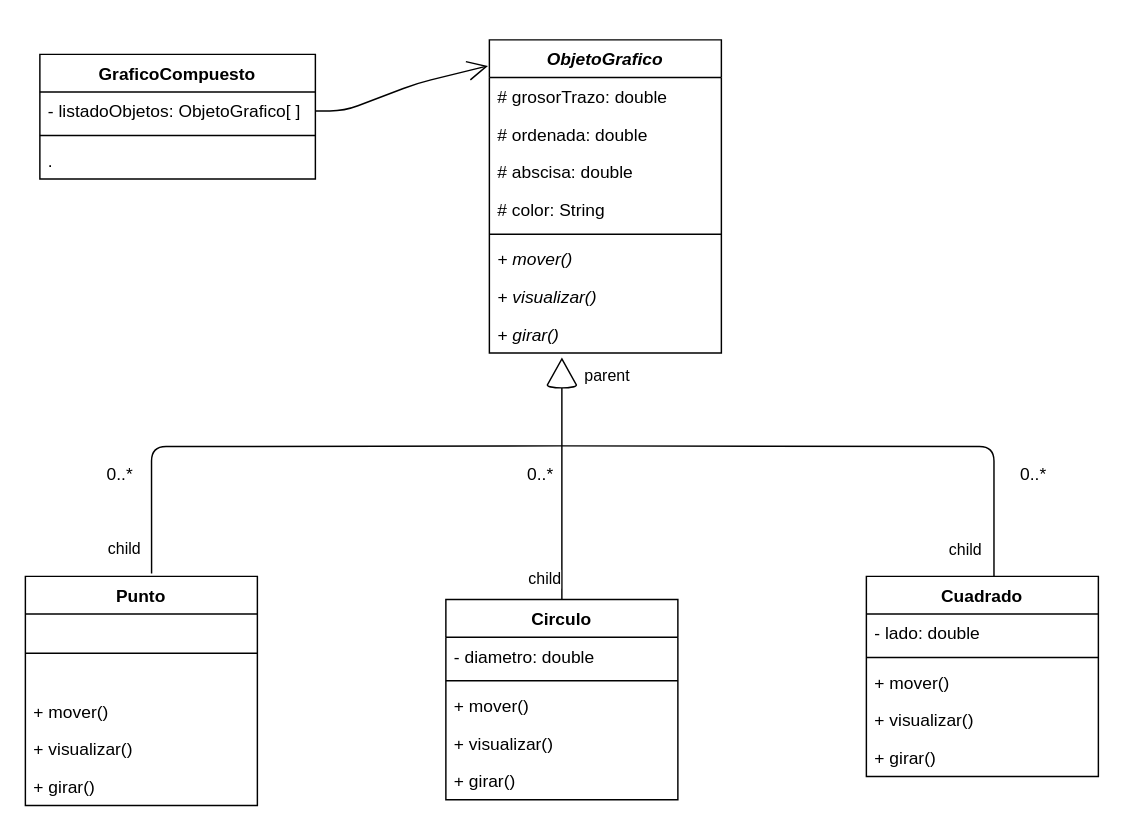
Above: uml/ObjetoGrafico.drawio in javierpb275/lenguaje-marcas (draw.io), before the change. Source tidied: cells renumbered, new cells numbered last; positions are measured from the earlier drawing's top-left corner, leaving out a move shared by most shapes. Both pictures are drawn from the tidied source at 145%, with x=0, y=0 at pixel (25, 39).
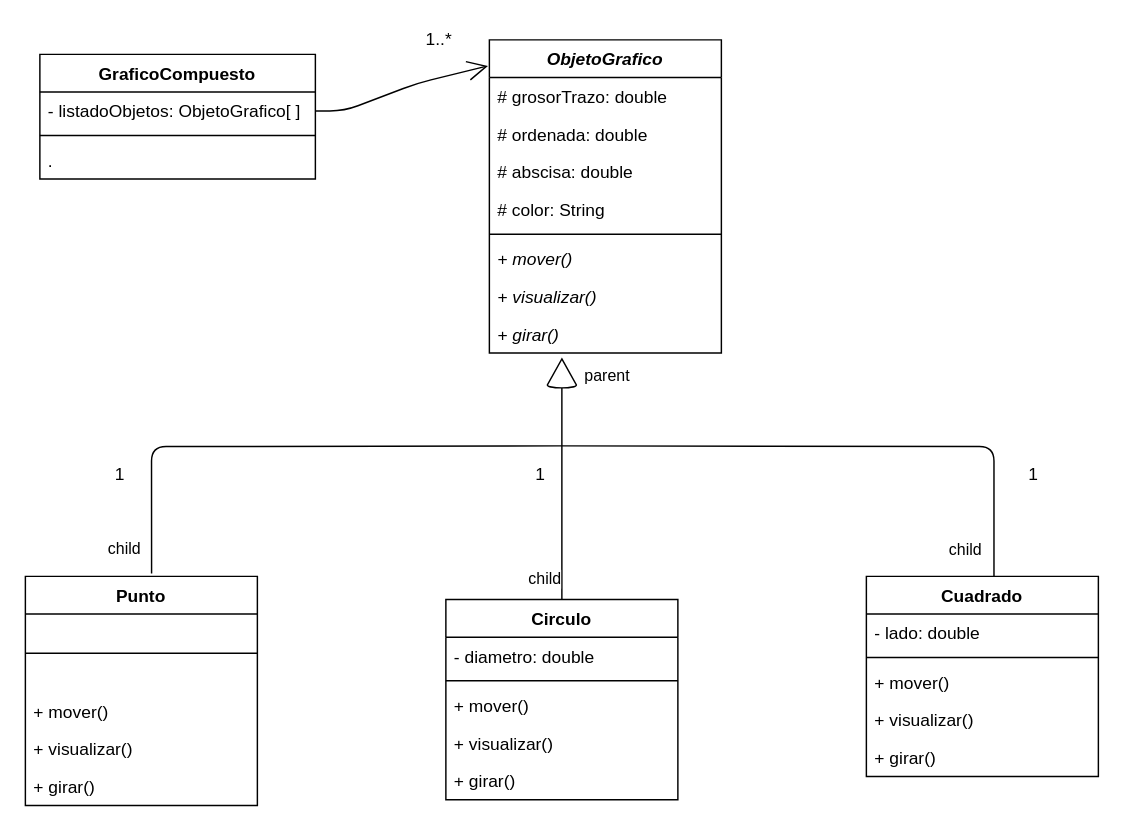
The same page after the edit.

Change to the diagram source:
```diff
@@
-    <mxCell id="41" value="0..*" style="text;html=1;align=center;verticalAlign=middle;" parent="1" vertex="1">
-      <mxGeometry x="50" y="290" width="30" height="20" as="geometry" />
+    <mxCell id="41" value="1" style="text;html=1;align=center;verticalAlign=middle;" parent="1" vertex="1">
+      <mxGeometry x="55" y="290" width="20" height="20" as="geometry" />
     </mxCell>
-    <mxCell id="42" value="0..*" style="text;html=1;align=center;verticalAlign=middle;" parent="1" vertex="1">
-      <mxGeometry x="340" y="290" width="30" height="20" as="geometry" />
+    <mxCell id="42" value="1" style="text;html=1;align=center;verticalAlign=middle;" parent="1" vertex="1">
+      <mxGeometry x="345" y="290" width="20" height="20" as="geometry" />
     </mxCell>
-    <mxCell id="43" value="0..*" style="text;html=1;align=center;verticalAlign=middle;" parent="1" vertex="1">
-      <mxGeometry x="680" y="290" width="30" height="20" as="geometry" />
+    <mxCell id="43" value="1" style="text;html=1;align=center;verticalAlign=middle;" parent="1" vertex="1">
+      <mxGeometry x="685" y="290" width="20" height="20" as="geometry" />
     </mxCell>
+    <mxCell id="44" value="1..*" style="text;html=1;align=center;verticalAlign=middle;" parent="1" vertex="1">
+      <mxGeometry x="270" y="-10" width="30" height="20" as="geometry" />
+    </mxCell>
```
